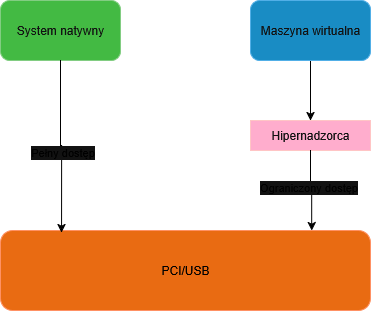
Before: Diagrams/PCI-USB.drawio.png, a diagram exported from draw.io (mdkochanowicz/Security-of-Operating-Systems-in-Virtual-Environments). Source tidied: cells renumbered, new cells last; positions are measured from the earlier drawing's top-left corner, leaving out a move shared by most shapes. Its diagram source:
```xml
<mxGraphModel>
  <root>
    <mxCell id="0" />
    <mxCell id="1" parent="0" />
    <mxCell id="2" value="System natywny" style="rounded=1;whiteSpace=wrap;html=1;fillColor=#008a00;fontColor=#ffffff;strokeColor=#005700;" parent="1" vertex="1">
      <mxGeometry width="120" height="60" as="geometry" />
    </mxCell>
    <mxCell id="3" style="edgeStyle=orthogonalEdgeStyle;rounded=0;jettySize=auto;html=1;exitX=0.5;exitY=1;exitDx=0;exitDy=0;entryX=0.5;entryY=0;entryDx=0;entryDy=0;strokeColor=light-dark(#000000,#000000);" parent="1" edge="1" source="4" target="6">
      <mxGeometry relative="1" as="geometry" />
    </mxCell>
    <mxCell id="4" value="Maszyna wirtualna" style="rounded=1;whiteSpace=wrap;html=1;fillColor=#1ba1e2;fontColor=#ffffff;strokeColor=#006EAF;" parent="1" vertex="1">
      <mxGeometry x="250" width="120" height="60" as="geometry" />
    </mxCell>
    <mxCell id="5" value="&lt;span style=&quot;color: light-dark(rgb(0, 0, 0), rgb(0, 0, 0));&quot;&gt;PCI/USB&lt;/span&gt;" style="rounded=1;whiteSpace=wrap;html=1;fillColor=#fa6800;fontColor=#000000;strokeColor=#C73500;" parent="1" vertex="1">
      <mxGeometry y="230" width="370" height="80" as="geometry" />
    </mxCell>
    <mxCell id="6" value="Hipernadzorca" style="rounded=0;whiteSpace=wrap;html=1;fillColor=#a20025;fontColor=#ffffff;strokeColor=#6F0000;" parent="1" vertex="1">
      <mxGeometry x="250" y="120" width="120" height="30" as="geometry" />
    </mxCell>
    <mxCell id="7" style="edgeStyle=orthogonalEdgeStyle;rounded=0;jettySize=auto;html=1;exitX=0.5;exitY=1;exitDx=0;exitDy=0;entryX=0.165;entryY=0.025;entryDx=0;entryDy=0;entryPerimeter=0;strokeColor=light-dark(#000000,#000000);" parent="1" edge="1" source="2" target="5">
      <mxGeometry relative="1" as="geometry" />
    </mxCell>
    <mxCell id="8" value="Pełny dostęp" style="edgeLabel;html=1;align=center;verticalAlign=middle;fontColor=light-dark(#000000,#000000);" parent="7" vertex="1">
      <mxGeometry x="0.08" relative="1" as="geometry" />
    </mxCell>
    <mxCell id="9" style="edgeStyle=orthogonalEdgeStyle;rounded=0;jettySize=auto;html=1;exitX=0.5;exitY=1;exitDx=0;exitDy=0;entryX=0.841;entryY=0;entryDx=0;entryDy=0;entryPerimeter=0;strokeColor=light-dark(#000000,#000000);" parent="1" edge="1" source="6" target="5">
      <mxGeometry relative="1" as="geometry" />
    </mxCell>
    <mxCell id="10" value="Ograniczony dostęp" style="edgeLabel;html=1;align=center;verticalAlign=middle;fontColor=light-dark(#000000,#000000);" parent="9" vertex="1">
      <mxGeometry x="-0.11" y="-3" relative="1" as="geometry" />
    </mxCell>
  </root>
</mxGraphModel>
```
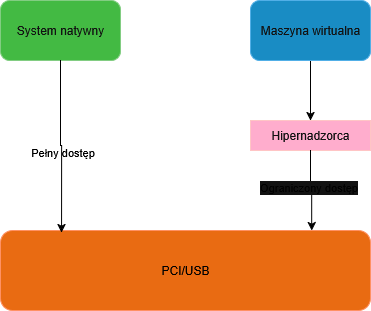
Above is the later version.

What changed in the source:
```diff
@@ -20,7 +20,7 @@
     <mxCell id="7" style="edgeStyle=orthogonalEdgeStyle;rounded=0;jettySize=auto;html=1;exitX=0.5;exitY=1;exitDx=0;exitDy=0;entryX=0.165;entryY=0.025;entryDx=0;entryDy=0;entryPerimeter=0;strokeColor=light-dark(#000000,#000000);" parent="1" edge="1" source="2" target="5">
       <mxGeometry relative="1" as="geometry" />
     </mxCell>
-    <mxCell id="8" value="Pełny dostęp" style="edgeLabel;html=1;align=center;verticalAlign=middle;fontColor=light-dark(#000000,#000000);" parent="7" vertex="1">
+    <mxCell id="8" value="Pełny dostęp" style="edgeLabel;html=1;align=center;verticalAlign=middle;fontColor=light-dark(#000000,#000000);labelBackgroundColor=none;" parent="7" vertex="1">
       <mxGeometry x="0.08" relative="1" as="geometry" />
     </mxCell>
     <mxCell id="9" style="edgeStyle=orthogonalEdgeStyle;rounded=0;jettySize=auto;html=1;exitX=0.5;exitY=1;exitDx=0;exitDy=0;entryX=0.841;entryY=0;entryDx=0;entryDy=0;entryPerimeter=0;strokeColor=light-dark(#000000,#000000);" parent="1" edge="1" source="6" target="5">
```
